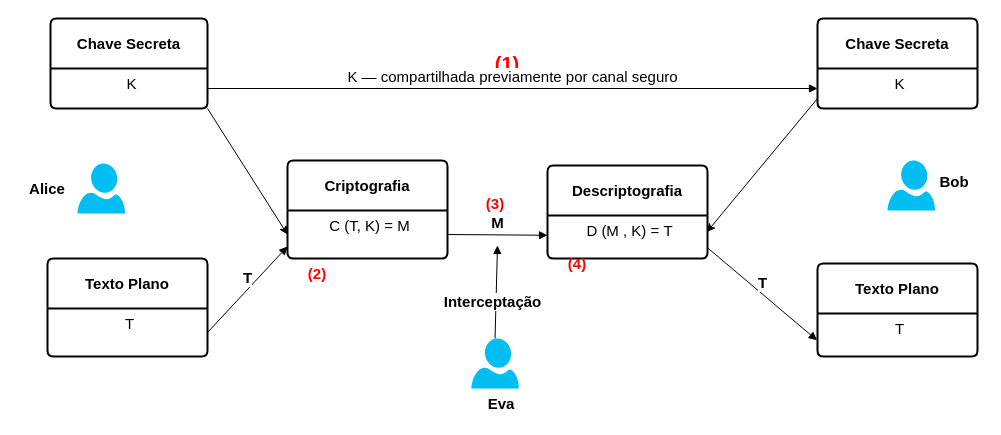
Above: kek/img/algoritmo_simetrico.drawio in abreuferr/criptografia (draw.io), before the change. Source tidied: cells renumbered, new cells numbered last; positions are measured from the earlier drawing's top-left corner, leaving out a move shared by most shapes. Both pictures are drawn from the tidied source at 100%, with x=0, y=0 at pixel (17, 18).
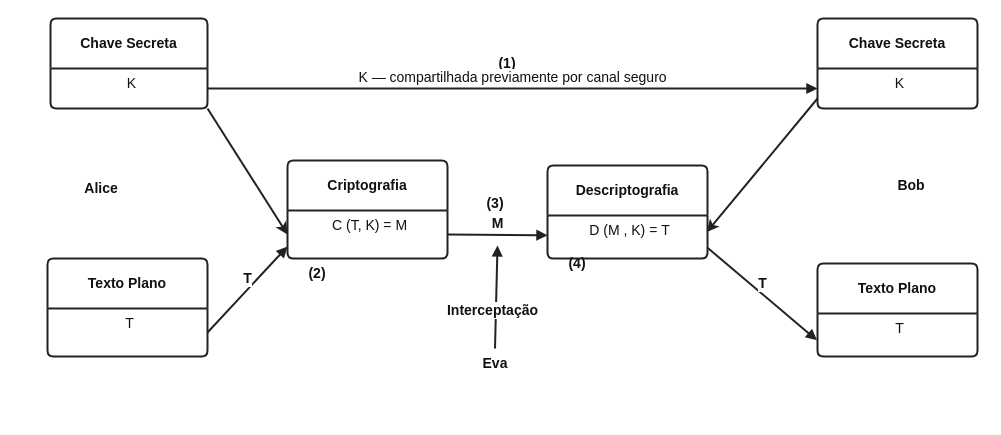
After the change.

What changed in the source:
```diff
@@
-    <mxCell id="2" value="&lt;font style=&quot;font-size: 15px;&quot;&gt;Alice&lt;/font&gt;" style="text;html=1;align=center;verticalAlign=middle;whiteSpace=wrap;rounded=0;fontStyle=1;" parent="1" vertex="1">
-      <mxGeometry y="155" width="60" height="30" as="geometry" />
+    <mxCell id="2" value="&lt;font style=&quot;font-size:14px;&quot;&gt;Alice&lt;/font&gt;" style="text;html=1;align=center;verticalAlign=middle;whiteSpace=wrap;rounded=1;fontStyle=1;fillColor=none;strokeColor=none;strokeWidth=2;fontColor=#111111;fontFamily=Helvetica;fontSize=14;" parent="1" vertex="1">
+      <mxGeometry x="53.8" y="155" width="60" height="30" as="geometry" />
     </mxCell>
-    <mxCell id="3" value="&lt;font style=&quot;font-size: 15px;&quot;&gt;Bob&lt;/font&gt;" style="text;html=1;align=center;verticalAlign=middle;whiteSpace=wrap;rounded=0;fontStyle=1;" parent="1" vertex="1">
-      <mxGeometry x="907" y="148" width="60" height="30" as="geometry" />
+    <mxCell id="3" value="&lt;font style=&quot;font-size:14px;&quot;&gt;Bob&lt;/font&gt;" style="text;html=1;align=center;verticalAlign=middle;whiteSpace=wrap;rounded=1;fontStyle=1;fillColor=none;strokeColor=none;strokeWidth=2;fontColor=#111111;fontFamily=Helvetica;fontSize=14;" parent="1" vertex="1">
+      <mxGeometry x="863.8" y="152" width="60" height="30" as="geometry" />
     </mxCell>
-    <mxCell id="4" style="verticalLabelPosition=bottom;html=1;verticalAlign=top;align=center;strokeColor=none;fillColor=#00BEF2;shape=mxgraph.azure.user;" parent="1" vertex="1">
-      <mxGeometry x="453.8" y="320" width="47.5" height="50" as="geometry" />
-    </mxCell>
-    <mxCell id="5" value="&lt;b&gt;&lt;font style=&quot;font-size: 15px;&quot;&gt;Texto Plano&lt;/font&gt;&lt;/b&gt;" style="swimlane;horizontal=1;startSize=50;rounded=1;fontSize=14;fontStyle=0;strokeWidth=2;shadow=0;dashed=0;align=center;arcSize=4;whiteSpace=wrap;html=1;" parent="1" vertex="1">
+    <mxCell id="5" value="&lt;b&gt;&lt;font style=&quot;font-size:14px;&quot;&gt;Texto Plano&lt;/font&gt;&lt;/b&gt;" style="swimlane;horizontal=1;startSize=50;rounded=1;fontSize=14;fontStyle=0;strokeWidth=2;shadow=0;dashed=0;align=center;arcSize=4;whiteSpace=wrap;html=1;fillColor=none;strokeColor=#222222;fontColor=#111111;fontFamily=Helvetica;" parent="1" vertex="1">
       <mxGeometry x="30" y="240" width="160" height="98" as="geometry" />
     </mxCell>
-    <mxCell id="6" value="&lt;font style=&quot;font-size: 15px;&quot;&gt;T&lt;/font&gt;" style="align=center;strokeColor=none;fillColor=none;spacingLeft=4;fontSize=12;verticalAlign=top;html=1;" parent="5" vertex="1">
+    <mxCell id="6" value="&lt;font style=&quot;font-size:14px;&quot;&gt;T&lt;/font&gt;" style="align=center;strokeColor=none;fillColor=none;spacingLeft=4;fontSize=14;verticalAlign=top;html=1;fontColor=#111111;fontFamily=Helvetica;" parent="5" vertex="1">
       <mxGeometry y="50" width="160" height="48" as="geometry" />
     </mxCell>
-    <mxCell id="7" value="&lt;b&gt;&lt;font style=&quot;font-size: 15px;&quot;&gt;Chave Secreta&lt;/font&gt;&lt;/b&gt;" style="swimlane;horizontal=1;startSize=50;rounded=1;fontSize=14;fontStyle=0;strokeWidth=2;shadow=0;dashed=0;align=center;arcSize=4;whiteSpace=wrap;html=1;" parent="1" vertex="1">
+    <mxCell id="7" value="&lt;b&gt;&lt;font style=&quot;font-size:14px;&quot;&gt;Chave Secreta&lt;/font&gt;&lt;/b&gt;" style="swimlane;horizontal=1;startSize=50;rounded=1;fontSize=14;fontStyle=0;strokeWidth=2;shadow=0;dashed=0;align=center;arcSize=4;whiteSpace=wrap;html=1;fillColor=none;strokeColor=#222222;fontColor=#111111;fontFamily=Helvetica;" parent="1" vertex="1">
       <mxGeometry x="33" width="157" height="90" as="geometry" />
     </mxCell>
-    <mxCell id="8" value="&lt;font style=&quot;font-size: 15px;&quot;&gt;K&lt;/font&gt;" style="align=center;strokeColor=none;fillColor=none;spacingLeft=4;fontSize=12;verticalAlign=top;html=1;" parent="7" vertex="1">
+    <mxCell id="8" value="&lt;font style=&quot;font-size:14px;&quot;&gt;K&lt;/font&gt;" style="align=center;strokeColor=none;fillColor=none;spacingLeft=4;fontSize=14;verticalAlign=top;html=1;fontColor=#111111;fontFamily=Helvetica;" parent="7" vertex="1">
       <mxGeometry y="50" width="157" height="40" as="geometry" />
     </mxCell>
-    <mxCell id="9" value="&lt;font style=&quot;font-size: 15px;&quot;&gt;&lt;b&gt;Criptografia&lt;/b&gt;&lt;/font&gt;" style="swimlane;horizontal=1;startSize=50;rounded=1;fontSize=14;fontStyle=0;strokeWidth=2;shadow=0;dashed=0;align=center;arcSize=4;whiteSpace=wrap;html=1;" parent="1" vertex="1">
+    <mxCell id="9" value="&lt;font style=&quot;font-size:14px;&quot;&gt;&lt;b&gt;Criptografia&lt;/b&gt;&lt;/font&gt;" style="swimlane;horizontal=1;startSize=50;rounded=1;fontSize=14;fontStyle=0;strokeWidth=2;shadow=0;dashed=0;align=center;arcSize=4;whiteSpace=wrap;html=1;fillColor=none;strokeColor=#222222;fontColor=#111111;fontFamily=Helvetica;" parent="1" vertex="1">
       <mxGeometry x="270" y="142" width="160" height="98" as="geometry" />
     </mxCell>
-    <mxCell id="10" value="&lt;font style=&quot;font-size: 15px;&quot;&gt;C (T, K) =&amp;nbsp;&lt;/font&gt;&lt;span style=&quot;font-size: 15px;&quot;&gt;M&lt;/span&gt;" style="align=center;strokeColor=none;fillColor=none;spacingLeft=4;fontSize=12;verticalAlign=top;html=1;" parent="9" vertex="1">
+    <mxCell id="10" value="&lt;font style=&quot;font-size:14px;&quot;&gt;C (T, K) =&amp;nbsp;&lt;/font&gt;&lt;span style=&quot;font-size:14px;&quot;&gt;M&lt;/span&gt;" style="align=center;strokeColor=none;fillColor=none;spacingLeft=4;fontSize=14;verticalAlign=top;html=1;fontColor=#111111;fontFamily=Helvetica;" parent="9" vertex="1">
       <mxGeometry y="50" width="160" height="48" as="geometry" />
     </mxCell>
-    <mxCell id="11" style="endArrow=classic;html=1;rounded=0;exitX=1;exitY=1;exitDx=0;exitDy=0;entryX=0;entryY=0.5;entryDx=0;entryDy=0;" parent="1" edge="1" source="8" target="10">
+    <mxCell id="11" style="endArrow=classic;html=1;rounded=0;exitX=1;exitY=1;exitDx=0;exitDy=0;entryX=0;entryY=0.5;entryDx=0;entryDy=0;strokeColor=#222222;strokeWidth=2;fontColor=#111111;fontFamily=Helvetica;" parent="1" edge="1" source="8" target="10">
       <mxGeometry relative="1" as="geometry" />
     </mxCell>
-    <mxCell id="12" value="&lt;font style=&quot;font-size: 15px;&quot;&gt;&lt;b&gt;M&lt;/b&gt;&lt;/font&gt;" style="html=1;verticalAlign=bottom;endArrow=block;curved=0;rounded=0;exitX=1;exitY=0.5;exitDx=0;exitDy=0;entryX=0;entryY=0.75;entryDx=0;entryDy=0;" parent="1" edge="1" source="10" target="20">
+    <mxCell id="12" value="&lt;font style=&quot;font-size:14px;&quot;&gt;&lt;b&gt;M&lt;/b&gt;&lt;/font&gt;" style="html=1;verticalAlign=bottom;endArrow=block;curved=0;rounded=0;exitX=1;exitY=0.5;exitDx=0;exitDy=0;entryX=0;entryY=0.75;entryDx=0;entryDy=0;strokeColor=#222222;strokeWidth=2;fontColor=#111111;fontFamily=Helvetica;" parent="1" edge="1" source="10" target="20">
       <mxGeometry relative="1" as="geometry" />
     </mxCell>
-    <mxCell id="13" value="&lt;b&gt;&lt;font style=&quot;font-size: 15px;&quot;&gt;Chave Secreta&lt;/font&gt;&lt;/b&gt;" style="swimlane;horizontal=1;startSize=50;rounded=1;fontSize=14;fontStyle=0;strokeWidth=2;shadow=0;dashed=0;align=center;arcSize=4;whiteSpace=wrap;html=1;" parent="1" vertex="1">
+    <mxCell id="13" value="&lt;b&gt;&lt;font style=&quot;font-size:14px;&quot;&gt;Chave Secreta&lt;/font&gt;&lt;/b&gt;" style="swimlane;horizontal=1;startSize=50;rounded=1;fontSize=14;fontStyle=0;strokeWidth=2;shadow=0;dashed=0;align=center;arcSize=4;whiteSpace=wrap;html=1;fillColor=none;strokeColor=#222222;fontColor=#111111;fontFamily=Helvetica;" parent="1" vertex="1">
       <mxGeometry x="800" width="160" height="90" as="geometry" />
     </mxCell>
-    <mxCell id="14" value="&lt;font style=&quot;font-size: 15px;&quot;&gt;K&lt;/font&gt;" style="align=center;strokeColor=none;fillColor=none;spacingLeft=4;fontSize=12;verticalAlign=top;html=1;" parent="13" vertex="1">
+    <mxCell id="14" value="&lt;font style=&quot;font-size:14px;&quot;&gt;K&lt;/font&gt;" style="align=center;strokeColor=none;fillColor=none;spacingLeft=4;fontSize=14;verticalAlign=top;html=1;fontColor=#111111;fontFamily=Helvetica;" parent="13" vertex="1">
       <mxGeometry y="50" width="160" height="40" as="geometry" />
     </mxCell>
-    <mxCell id="15" value="&lt;b&gt;&lt;font style=&quot;font-size: 15px;&quot;&gt;Texto Plano&lt;/font&gt;&lt;/b&gt;" style="swimlane;horizontal=1;startSize=50;rounded=1;fontSize=14;fontStyle=0;strokeWidth=2;shadow=0;dashed=0;align=center;arcSize=4;whiteSpace=wrap;html=1;" parent="1" vertex="1">
+    <mxCell id="15" value="&lt;b&gt;&lt;font style=&quot;font-size:14px;&quot;&gt;Texto Plano&lt;/font&gt;&lt;/b&gt;" style="swimlane;horizontal=1;startSize=50;rounded=1;fontSize=14;fontStyle=0;strokeWidth=2;shadow=0;dashed=0;align=center;arcSize=4;whiteSpace=wrap;html=1;fillColor=none;strokeColor=#222222;fontColor=#111111;fontFamily=Helvetica;" parent="1" vertex="1">
       <mxGeometry x="800" y="245" width="160" height="93" as="geometry" />
     </mxCell>
-    <mxCell id="16" value="&lt;font style=&quot;font-size: 15px;&quot;&gt;T&lt;/font&gt;" style="align=center;strokeColor=none;fillColor=none;spacingLeft=4;fontSize=12;verticalAlign=top;html=1;" parent="15" vertex="1">
+    <mxCell id="16" value="&lt;font style=&quot;font-size:14px;&quot;&gt;T&lt;/font&gt;" style="align=center;strokeColor=none;fillColor=none;spacingLeft=4;fontSize=14;verticalAlign=top;html=1;fontColor=#111111;fontFamily=Helvetica;" parent="15" vertex="1">
       <mxGeometry y="50" width="160" height="43" as="geometry" />
     </mxCell>
-    <mxCell id="17" style="endArrow=classic;html=1;rounded=0;entryX=0.996;entryY=0.384;entryDx=0;entryDy=0;exitX=0;exitY=0.75;exitDx=0;exitDy=0;entryPerimeter=0;" parent="1" edge="1" source="14" target="21">
+    <mxCell id="17" style="endArrow=classic;html=1;rounded=0;entryX=0.996;entryY=0.384;entryDx=0;entryDy=0;exitX=0;exitY=0.75;exitDx=0;exitDy=0;entryPerimeter=0;strokeColor=#222222;strokeWidth=2;fontColor=#111111;fontFamily=Helvetica;" parent="1" edge="1" source="14" target="21">
       <mxGeometry relative="1" as="geometry" />
     </mxCell>
-    <mxCell id="18" value="&lt;b&gt;&lt;font style=&quot;font-size: 15px;&quot;&gt;Interceptação&lt;/font&gt;&lt;/b&gt;" style="html=1;verticalAlign=bottom;endArrow=block;curved=0;rounded=0;exitX=0.5;exitY=0;exitDx=0;exitDy=0;exitPerimeter=0;" parent="1" edge="1" source="4">
+    <mxCell id="18" value="&lt;b&gt;&lt;font style=&quot;font-size:14px;&quot;&gt;Interceptação&lt;/font&gt;&lt;/b&gt;" style="html=1;verticalAlign=bottom;endArrow=block;curved=0;rounded=0;exitX=0.5;exitY=0;exitDx=0;exitDy=0;exitPerimeter=0;strokeColor=#222222;strokeWidth=2;fontColor=#111111;fontFamily=Helvetica;" parent="1" edge="1" source="19">
       <mxGeometry x="-0.47" y="3" relative="1" as="geometry">
         <mxPoint x="480" y="227" as="targetPoint" />
       </mxGeometry>
     </mxCell>
-    <mxCell id="19" value="&lt;font style=&quot;font-size: 15px;&quot;&gt;Eva&lt;/font&gt;" style="text;html=1;align=center;verticalAlign=middle;whiteSpace=wrap;rounded=0;fontStyle=1;" parent="1" vertex="1">
-      <mxGeometry x="453.8" y="370" width="60" height="30" as="geometry" />
+    <mxCell id="19" value="&lt;font style=&quot;font-size:14px;&quot;&gt;Eva&lt;/font&gt;" style="text;html=1;align=center;verticalAlign=middle;whiteSpace=wrap;rounded=1;fontStyle=1;fillColor=none;strokeColor=none;strokeWidth=2;fontColor=#111111;fontFamily=Helvetica;fontSize=14;" parent="1" vertex="1">
+      <mxGeometry x="447.5" y="330" width="60" height="30" as="geometry" />
     </mxCell>
-    <mxCell id="20" value="&lt;b&gt;&lt;font style=&quot;font-size: 15px;&quot;&gt;Descriptografia&lt;/font&gt;&lt;/b&gt;" style="swimlane;horizontal=1;startSize=50;rounded=1;fontSize=14;fontStyle=0;strokeWidth=2;shadow=0;dashed=0;align=center;arcSize=4;whiteSpace=wrap;html=1;" parent="1" vertex="1">
+    <mxCell id="20" value="&lt;b&gt;&lt;font style=&quot;font-size:14px;&quot;&gt;Descriptografia&lt;/font&gt;&lt;/b&gt;" style="swimlane;horizontal=1;startSize=50;rounded=1;fontSize=14;fontStyle=0;strokeWidth=2;shadow=0;dashed=0;align=center;arcSize=4;whiteSpace=wrap;html=1;fillColor=none;strokeColor=#222222;fontColor=#111111;fontFamily=Helvetica;" parent="1" vertex="1">
       <mxGeometry x="530" y="147" width="160" height="93" as="geometry" />
     </mxCell>
-    <mxCell id="21" value="&lt;font style=&quot;font-size: 15px;&quot;&gt;D (M , K) =&amp;nbsp;&lt;/font&gt;&lt;span style=&quot;font-size: 15px;&quot;&gt;T&lt;/span&gt;" style="align=center;strokeColor=none;fillColor=none;spacingLeft=4;fontSize=12;verticalAlign=top;html=1;" parent="20" vertex="1">
+    <mxCell id="21" value="&lt;font style=&quot;font-size:14px;&quot;&gt;D (M , K) =&amp;nbsp;&lt;/font&gt;&lt;span style=&quot;font-size:14px;&quot;&gt;T&lt;/span&gt;" style="align=center;strokeColor=none;fillColor=none;spacingLeft=4;fontSize=14;verticalAlign=top;html=1;fontColor=#111111;fontFamily=Helvetica;" parent="20" vertex="1">
       <mxGeometry y="50" width="160" height="43" as="geometry" />
     </mxCell>
-    <mxCell id="22" value="&lt;font color=&quot;#ff0000&quot;&gt;(1)&lt;/font&gt;" style="text;html=1;align=center;verticalAlign=middle;whiteSpace=wrap;rounded=0;fontStyle=1;fontSize=20;" parent="1" vertex="1">
+    <mxCell id="22" value="&lt;font&gt;(1)&lt;/font&gt;" style="text;html=1;align=center;verticalAlign=middle;whiteSpace=wrap;rounded=1;fontStyle=1;fontSize=14;fillColor=none;strokeColor=none;strokeWidth=2;fontColor=#111111;fontFamily=Helvetica;" parent="1" vertex="1">
       <mxGeometry x="460" y="30" width="60" height="30" as="geometry" />
     </mxCell>
-    <mxCell id="23" value="&lt;font style=&quot;font-size: 15px;&quot;&gt;K — compartilhada previamente por canal seguro&lt;/font&gt;" style="html=1;verticalAlign=bottom;endArrow=block;curved=0;rounded=0;exitX=1;exitY=0.5;exitDx=0;exitDy=0;entryX=0;entryY=0.5;entryDx=0;entryDy=0;" parent="1" edge="1" source="8" target="14">
+    <mxCell id="23" value="&lt;font style=&quot;font-size:14px;&quot;&gt;K — compartilhada previamente por canal seguro&lt;/font&gt;" style="html=1;verticalAlign=bottom;endArrow=block;curved=0;rounded=0;exitX=1;exitY=0.5;exitDx=0;exitDy=0;entryX=0;entryY=0.5;entryDx=0;entryDy=0;strokeColor=#222222;strokeWidth=2;fontColor=#111111;fontFamily=Helvetica;" parent="1" edge="1" source="8" target="14">
       <mxGeometry relative="1" as="geometry" />
     </mxCell>
-    <mxCell id="24" value="&lt;font style=&quot;font-size: 15px;&quot; color=&quot;#ff0000&quot;&gt;(2)&lt;/font&gt;" style="text;html=1;align=center;verticalAlign=middle;whiteSpace=wrap;rounded=0;fontStyle=1;fontSize=15;" parent="1" vertex="1">
+    <mxCell id="24" value="&lt;font style=&quot;font-size:14px;&quot;&gt;(2)&lt;/font&gt;" style="text;html=1;align=center;verticalAlign=middle;whiteSpace=wrap;rounded=1;fontStyle=1;fontSize=14;fillColor=none;strokeColor=none;strokeWidth=2;fontColor=#111111;fontFamily=Helvetica;" parent="1" vertex="1">
       <mxGeometry x="270" y="240" width="60" height="30" as="geometry" />
     </mxCell>
-    <mxCell id="25" value="&lt;font style=&quot;font-size: 15px;&quot; color=&quot;#ff0000&quot;&gt;(3)&lt;/font&gt;" style="text;html=1;align=center;verticalAlign=middle;whiteSpace=wrap;rounded=0;fontStyle=1;fontSize=15;" parent="1" vertex="1">
+    <mxCell id="25" value="&lt;font style=&quot;font-size:14px;&quot;&gt;(3)&lt;/font&gt;" style="text;html=1;align=center;verticalAlign=middle;whiteSpace=wrap;rounded=1;fontStyle=1;fontSize=14;fillColor=none;strokeColor=none;strokeWidth=2;fontColor=#111111;fontFamily=Helvetica;" parent="1" vertex="1">
       <mxGeometry x="447.5" y="170" width="60" height="30" as="geometry" />
     </mxCell>
-    <mxCell id="26" value="&lt;font style=&quot;font-size: 15px;&quot; color=&quot;#ff0000&quot;&gt;(4)&lt;/font&gt;" style="text;html=1;align=center;verticalAlign=middle;whiteSpace=wrap;rounded=0;fontStyle=1;fontSize=15;" parent="1" vertex="1">
+    <mxCell id="26" value="&lt;font style=&quot;font-size:14px;&quot;&gt;(4)&lt;/font&gt;" style="text;html=1;align=center;verticalAlign=middle;whiteSpace=wrap;rounded=1;fontStyle=1;fontSize=14;fillColor=none;strokeColor=none;strokeWidth=2;fontColor=#111111;fontFamily=Helvetica;" parent="1" vertex="1">
       <mxGeometry x="530" y="230" width="60" height="30" as="geometry" />
     </mxCell>
-    <mxCell id="27" value="&lt;font style=&quot;font-size: 15px;&quot;&gt;&lt;b&gt;T&lt;/b&gt;&lt;/font&gt;" style="html=1;verticalAlign=bottom;endArrow=block;curved=0;rounded=0;exitX=1;exitY=0.5;exitDx=0;exitDy=0;entryX=0;entryY=0.75;entryDx=0;entryDy=0;" parent="1" edge="1" source="6" target="10">
+    <mxCell id="27" value="&lt;font style=&quot;font-size:14px;&quot;&gt;&lt;b&gt;T&lt;/b&gt;&lt;/font&gt;" style="html=1;verticalAlign=bottom;endArrow=block;curved=0;rounded=0;exitX=1;exitY=0.5;exitDx=0;exitDy=0;entryX=0;entryY=0.75;entryDx=0;entryDy=0;strokeColor=#222222;strokeWidth=2;fontColor=#111111;fontFamily=Helvetica;" parent="1" edge="1" source="6" target="10">
       <mxGeometry relative="1" as="geometry" />
     </mxCell>
-    <mxCell id="28" value="&lt;font style=&quot;font-size: 15px;&quot;&gt;&lt;b&gt;T&lt;/b&gt;&lt;/font&gt;" style="html=1;verticalAlign=bottom;endArrow=block;curved=0;rounded=0;exitX=1;exitY=0.75;exitDx=0;exitDy=0;entryX=-0.003;entryY=0.622;entryDx=0;entryDy=0;entryPerimeter=0;" parent="1" edge="1" source="21" target="16">
+    <mxCell id="28" value="&lt;font style=&quot;font-size:14px;&quot;&gt;&lt;b&gt;T&lt;/b&gt;&lt;/font&gt;" style="html=1;verticalAlign=bottom;endArrow=block;curved=0;rounded=0;exitX=1;exitY=0.75;exitDx=0;exitDy=0;entryX=-0.003;entryY=0.622;entryDx=0;entryDy=0;entryPerimeter=0;strokeColor=#222222;strokeWidth=2;fontColor=#111111;fontFamily=Helvetica;" parent="1" edge="1" source="21" target="16">
       <mxGeometry relative="1" as="geometry" />
     </mxCell>
-    <mxCell id="29" style="verticalLabelPosition=bottom;html=1;verticalAlign=top;align=center;strokeColor=none;fillColor=#00BEF2;shape=mxgraph.azure.user;" parent="1" vertex="1">
-      <mxGeometry x="60" y="145" width="47.5" height="50" as="geometry" />
-    </mxCell>
-    <mxCell id="30" style="verticalLabelPosition=bottom;html=1;verticalAlign=top;align=center;strokeColor=none;fillColor=#00BEF2;shape=mxgraph.azure.user;" parent="1" vertex="1">
-      <mxGeometry x="870" y="142" width="47.5" height="50" as="geometry" />
-    </mxCell>
```
